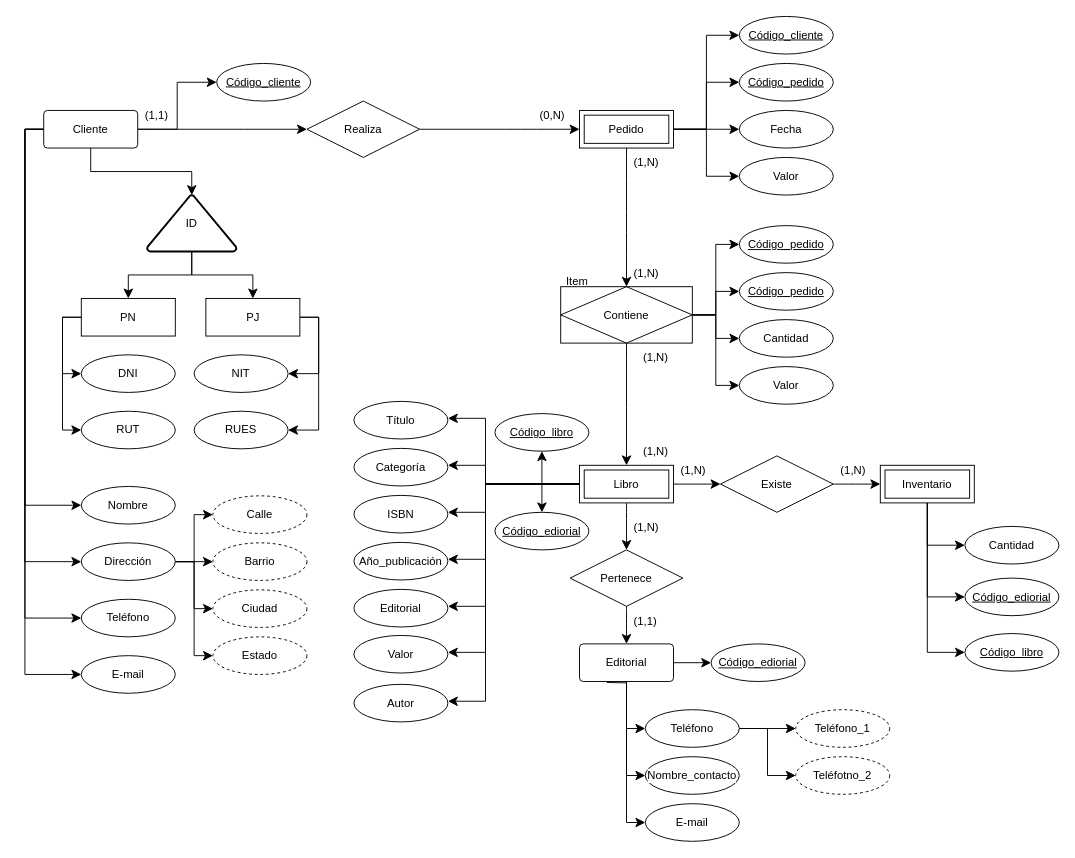
Above: LearningModelado.drawio in francisco-gamez/LerningPython (draw.io), before the change. Source tidied: cells renumbered, new cells numbered last; positions are measured from the earlier drawing's top-left corner, leaving out a move shared by most shapes. Both pictures are drawn from the tidied source at 94%, with x=0, y=0 at pixel (43, 16).
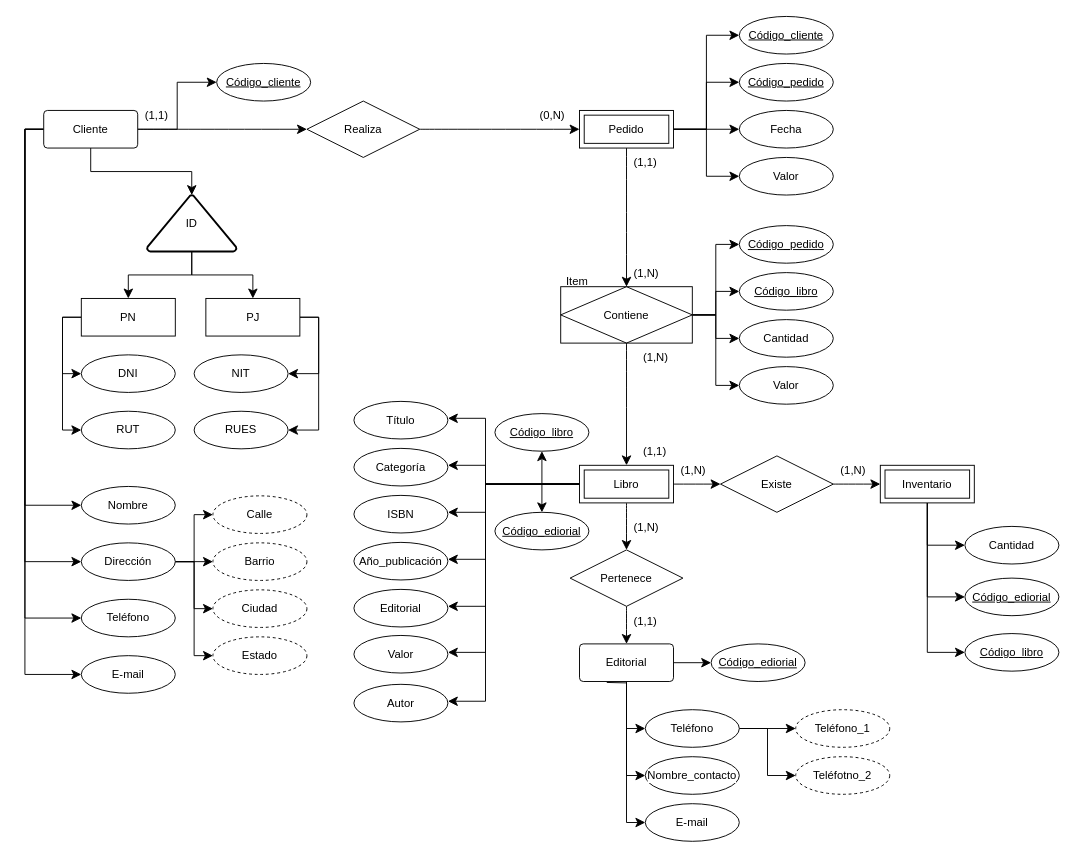
After the change.

Unchanged cells that the change refers to:
```xml
<mxCell id="49" style="shape=tableRow;horizontal=0;startSize=0;swimlaneHead=0;swimlaneBody=0;fillColor=none;top=0;left=0;right=0;bottom=0;" parent="48" vertex="1">
  <mxGeometry width="70" height="30" as="geometry" />
</mxCell>
```

What changed in the source:
```diff
@@
-    <mxCell id="51" value="(1,N)" style="shape=partialRectangle;fillColor=none;top=0;left=0;bottom=0;right=0;align=left;spacingLeft=6;overflow=hidden;" parent="49" vertex="1">
+    <mxCell id="51" value="(1,1)" style="shape=partialRectangle;fillColor=none;top=0;left=0;bottom=0;right=0;align=left;spacingLeft=6;overflow=hidden;" parent="49" vertex="1">
       <mxGeometry x="30" width="40" height="30" as="geometry" />
     </mxCell>
-    <mxCell id="52" value="(1,N)" style="shape=partialRectangle;fillColor=none;top=0;left=0;bottom=0;right=0;align=left;spacingLeft=6;overflow=hidden;" parent="1" vertex="1">
+    <mxCell id="52" value="(1,1)" style="shape=partialRectangle;fillColor=none;top=0;left=0;bottom=0;right=0;align=left;spacingLeft=6;overflow=hidden;" parent="1" vertex="1">
       <mxGeometry x="630" y="447.5" width="40" height="30" as="geometry" />
     </mxCell>
@@
-    <mxCell id="126" value="Código_pedido" style="ellipse;whiteSpace=wrap;html=1;align=center;fontStyle=4;fontFamily=Helvetica;fontSize=12;fontColor=default;labelBackgroundColor=default;" parent="1" vertex="1">
+    <mxCell id="126" value="Código_libro" style="ellipse;whiteSpace=wrap;html=1;align=center;fontStyle=4;fontFamily=Helvetica;fontSize=12;fontColor=default;labelBackgroundColor=default;" parent="1" vertex="1">
       <mxGeometry x="740" y="272.5" width="100" height="40" as="geometry" />
     </mxCell>
```
